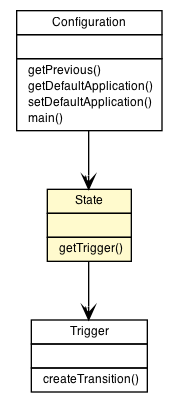
Before: blade/vorpal-blade-fsmar/org/vorpal/blade/library/fsmar2/State.png, a diagram exported from Graphviz (vorpalnet/vorpalnet.github.io). Its source is kept beside it as blade/vorpal-blade-fsmar/org/vorpal/blade/library/fsmar2/State.dot.
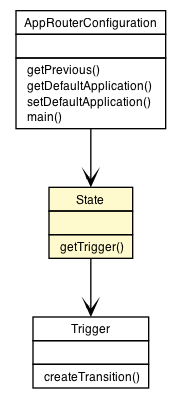
Later version of the same file.

Change to the diagram source:
```diff
@@ -4,7 +4,7 @@
 	node [fontname="Helvetica",fontsize=10,shape=plaintext];
 	nodesep=0.25;
 	ranksep=0.5;
-	c11 [label=<<table title="org.vorpal.blade.library.fsmar2.State" border="0" cellborder="1" cellspacing="0" cellpadding="2" port="p" bgcolor="lemonChiffon" href="./State.html">
+	c12 [label=<<table title="org.vorpal.blade.library.fsmar2.State" border="0" cellborder="1" cellspacing="0" cellpadding="2" port="p" bgcolor="lemonChiffon" href="./State.html">
 		<tr><td><table border="0" cellspacing="0" cellpadding="1">
 <tr><td align="center" balign="center"> State </td></tr>
 		</table></td></tr>
@@ -15,7 +15,7 @@
 <tr><td align="left" balign="left">  getTrigger() </td></tr>
 		</table></td></tr>
 		</table>>, fontname="Helvetica", fontcolor="black", fontsize=9.0];
-	c17 [label=<<table title="org.vorpal.blade.library.fsmar2.Trigger" border="0" cellborder="1" cellspacing="0" cellpadding="2" port="p" href="./Trigger.html">
+	c18 [label=<<table title="org.vorpal.blade.library.fsmar2.Trigger" border="0" cellborder="1" cellspacing="0" cellpadding="2" port="p" href="./Trigger.html">
 		<tr><td><table border="0" cellspacing="0" cellpadding="1">
 <tr><td align="center" balign="center"> Trigger </td></tr>
 		</table></td></tr>
@@ -26,9 +26,9 @@
 <tr><td align="left" balign="left">  createTransition() </td></tr>
 		</table></td></tr>
 		</table>>, fontname="Helvetica", fontcolor="black", fontsize=9.0];
-	c19 [label=<<table title="org.vorpal.blade.library.fsmar2.Configuration" border="0" cellborder="1" cellspacing="0" cellpadding="2" port="p" href="./Configuration.html">
+	c35 [label=<<table title="org.vorpal.blade.library.fsmar2.AppRouterConfiguration" border="0" cellborder="1" cellspacing="0" cellpadding="2" port="p" href="./AppRouterConfiguration.html">
 		<tr><td><table border="0" cellspacing="0" cellpadding="1">
-<tr><td align="center" balign="center"> Configuration </td></tr>
+<tr><td align="center" balign="center"> AppRouterConfiguration </td></tr>
 		</table></td></tr>
 		<tr><td><table border="0" cellspacing="0" cellpadding="1">
 <tr><td align="left" balign="left">  </td></tr>
@@ -40,6 +40,6 @@
 <tr><td align="left" balign="left">  main() </td></tr>
 		</table></td></tr>
 		</table>>, fontname="Helvetica", fontcolor="black", fontsize=9.0];
-	c11:p -> c17:p [taillabel="", label="", headlabel="*", fontname="Helvetica", fontcolor="black", fontsize=10.0, color="black", arrowhead=open];
-	c19:p -> c11:p [taillabel="", label="", headlabel="*", fontname="Helvetica", fontcolor="black", fontsize=10.0, color="black", arrowhead=open];
+	c12:p -> c18:p [taillabel="", label="", headlabel="*", fontname="Helvetica", fontcolor="black", fontsize=10.0, color="black", arrowhead=open];
+	c35:p -> c12:p [taillabel="", label="", headlabel="*", fontname="Helvetica", fontcolor="black", fontsize=10.0, color="black", arrowhead=open];
 }
```
